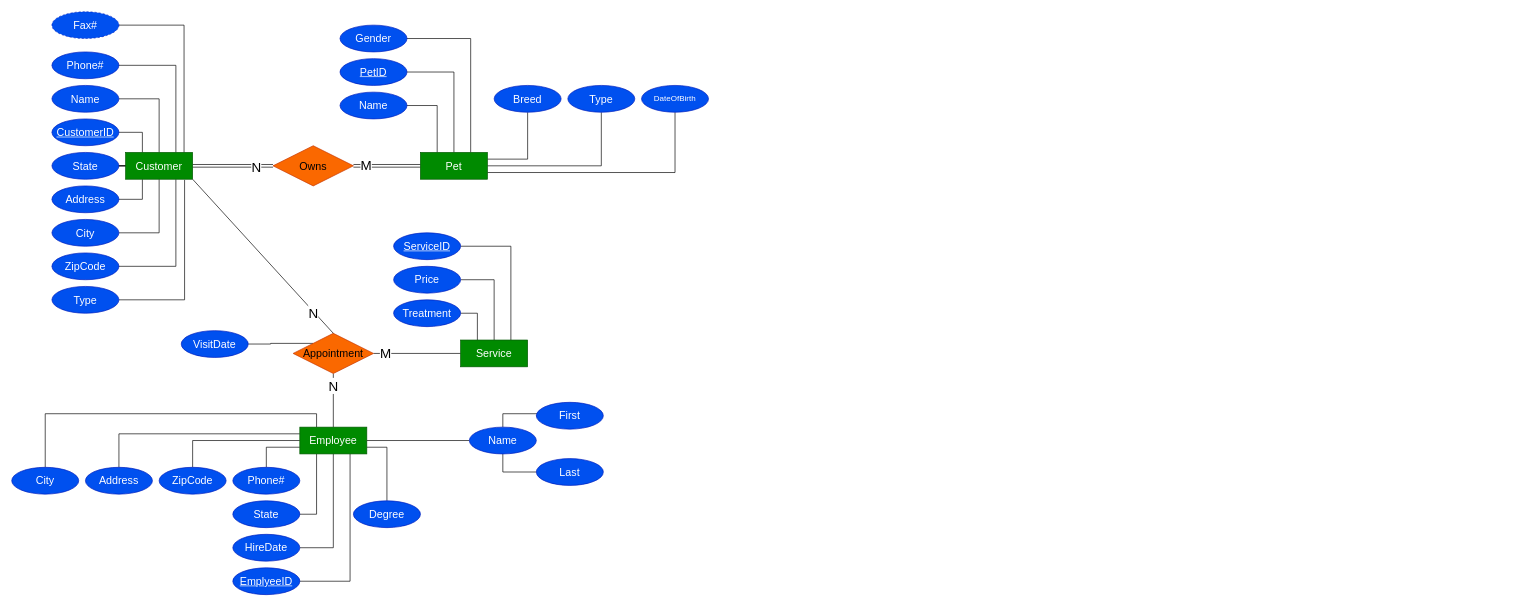
Earlier version of the draw.io diagram labb_2/labb2_ER.drawio (gunnarlandstrom1337/databas_modellering). Source tidied: cells renumbered, new cells numbered last; positions are measured from the earlier drawing's top-left corner, leaving out a move shared by most shapes. Both pictures are drawn from the tidied source at 67%, with x=0, y=0 at pixel (11, 11).
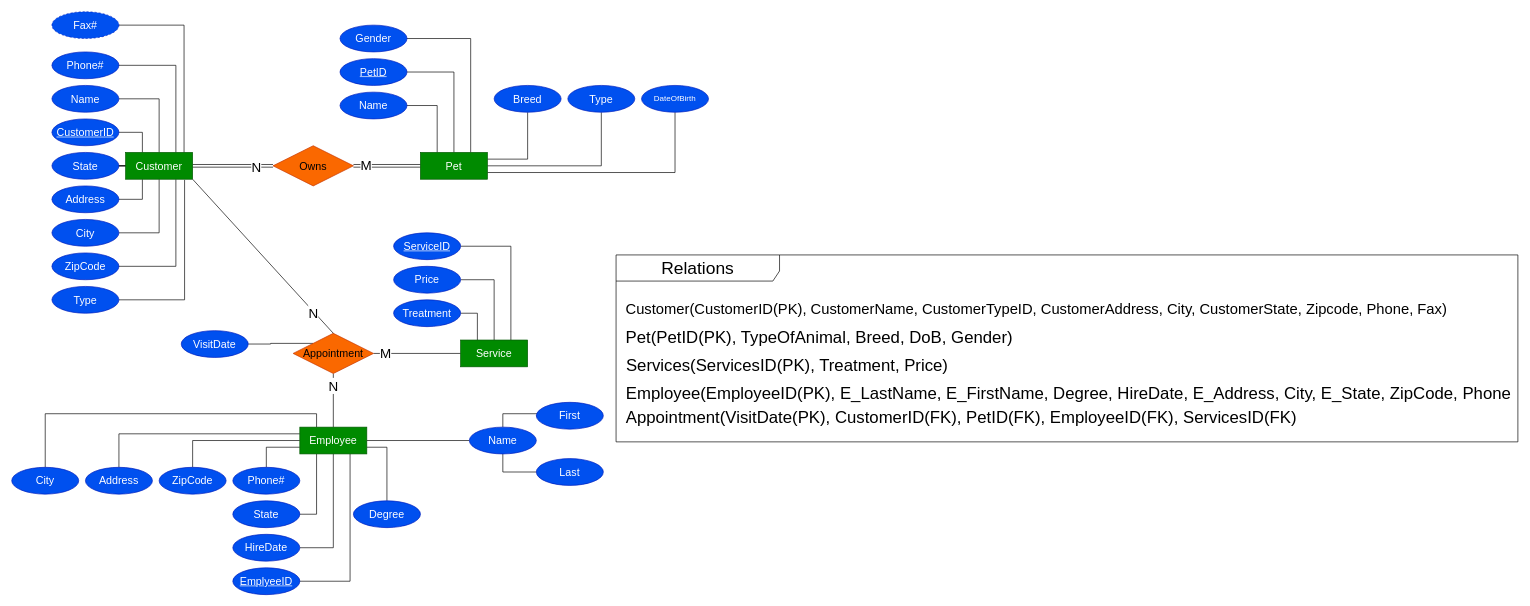
After the change.

Commit message (it also covers changes not shown here):
labb2klar

The edit, as a diff of the source:
```diff
@@
+    <mxCell id="78" value="&lt;font style=&quot;font-size: 26px;&quot;&gt;Relations&lt;/font&gt;" style="shape=umlFrame;whiteSpace=wrap;html=1;width=244;height=39;" parent="1" vertex="1">
+      <mxGeometry x="902" y="363" width="1346" height="279" as="geometry" />
+    </mxCell>
+    <mxCell id="79" value="&lt;font style=&quot;font-size: 22px;&quot;&gt;Customer(CustomerID(PK), CustomerName, CustomerTypeID, CustomerAddress, City, CustomerState, Zipcode, Phone, Fax)&lt;/font&gt;" style="text;html=1;align=center;verticalAlign=middle;strokeColor=none;fillColor=none;" parent="1" vertex="1">
+      <mxGeometry x="907" y="426" width="1244" height="38" as="geometry" />
+    </mxCell>
+    <mxCell id="80" value="&lt;font style=&quot;font-size: 25px;&quot;&gt;Pet(PetID(PK), TypeOfAnimal, Breed, DoB, Gender)&lt;/font&gt;" style="text;html=1;align=center;verticalAlign=middle;strokeColor=none;fillColor=none;" parent="1" vertex="1">
+      <mxGeometry x="907" y="464" width="596" height="42" as="geometry" />
+    </mxCell>
+    <mxCell id="81" value="&lt;font style=&quot;font-size: 25px;&quot;&gt;Services(ServicesID(PK), Treatment, Price)&lt;/font&gt;" style="text;html=1;align=center;verticalAlign=middle;strokeColor=none;fillColor=none;" parent="1" vertex="1">
+      <mxGeometry x="907" y="506" width="499" height="42" as="geometry" />
+    </mxCell>
+    <mxCell id="82" value="&lt;font style=&quot;font-size: 25px;&quot;&gt;Employee(EmployeeID(PK), E_LastName, E_FirstName, Degree, HireDate, E_Address, City, E_State, ZipCode, Phone&lt;/font&gt;" style="text;html=1;align=center;verticalAlign=middle;strokeColor=none;fillColor=none;" parent="1" vertex="1">
+      <mxGeometry x="907" y="548" width="1339" height="42" as="geometry" />
+    </mxCell>
+    <mxCell id="83" value="&lt;font style=&quot;font-size: 25px;&quot;&gt;Appointment(VisitDate(PK), CustomerID(FK), PetID(FK), EmployeeID(FK), ServicesID(FK)&lt;/font&gt;" style="text;html=1;align=center;verticalAlign=middle;strokeColor=none;fillColor=none;" parent="1" vertex="1">
+      <mxGeometry x="907" y="583" width="1019" height="42" as="geometry" />
+    </mxCell>
```
